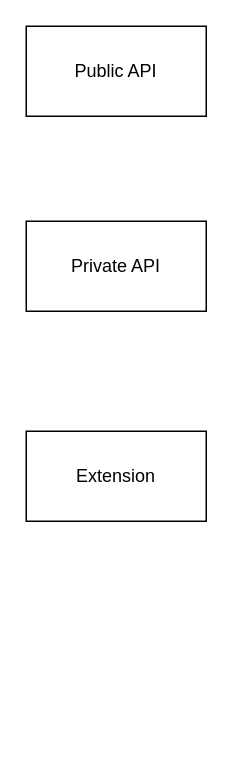
Earlier version of the draw.io diagram page "overview" (1 of 3) of BellaFiora.drawio (BellaFiora/BellaFiora). Source tidied: cells renumbered, new cells numbered last; positions are measured from the earlier drawing's top-left corner, leaving out a move shared by most shapes. Both pictures are drawn from the tidied source at 150%, with x=0, y=0 at pixel (26, 26).
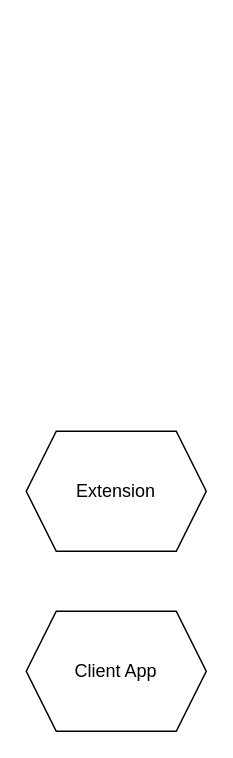
Above is the later version.

What changed in the source:
```diff
@@
 <mxGraphModel>
   <root>
     <mxCell id="0" />
     <mxCell id="1" parent="0" />
-    <mxCell id="2" value="Extension" style="rounded=0;whiteSpace=wrap;html=1;comic=0;enumerate=0;" parent="1" vertex="1">
-      <mxGeometry y="270" width="120" height="60" as="geometry" />
+    <mxCell id="2" value="Extension" style="shape=hexagon;perimeter=hexagonPerimeter2;whiteSpace=wrap;html=1;fixedSize=1;" parent="1" vertex="1">
+      <mxGeometry y="270" width="120" height="80" as="geometry" />
     </mxCell>
-    <mxCell id="3" value="Public API" style="rounded=0;whiteSpace=wrap;html=1;" parent="1" vertex="1">
-      <mxGeometry width="120" height="60" as="geometry" />
-    </mxCell>
-    <mxCell id="4" value="Private API" style="rounded=0;whiteSpace=wrap;html=1;" parent="1" vertex="1">
-      <mxGeometry y="130" width="120" height="60" as="geometry" />
-    </mxCell>
+    <mxCell id="5" value="Client App" style="shape=hexagon;perimeter=hexagonPerimeter2;whiteSpace=wrap;html=1;fixedSize=1;" parent="1" vertex="1">
+      <mxGeometry y="390" width="120" height="80" as="geometry" />
+    </mxCell>
   </root>
 </mxGraphModel>
```
